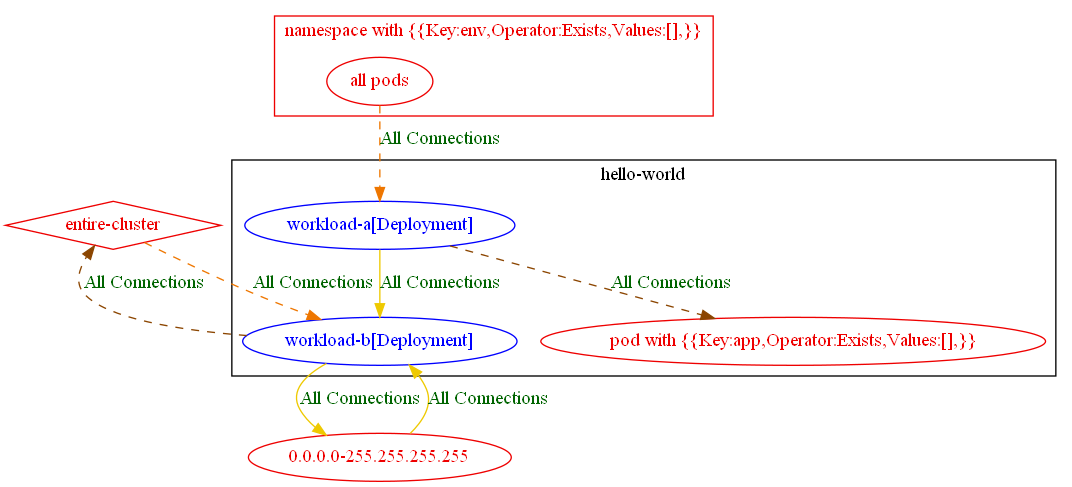
np-guard/netpol-analyzer keeps this Graphviz diagram as test_outputs/connlist/exposure_test_exposure_with_match_expression_exists_op_connlist_output.dot.png. Above is the earlier version. Its source is kept beside it as test_outputs/connlist/exposure_test_exposure_with_match_expression_exists_op_connlist_output.dot.
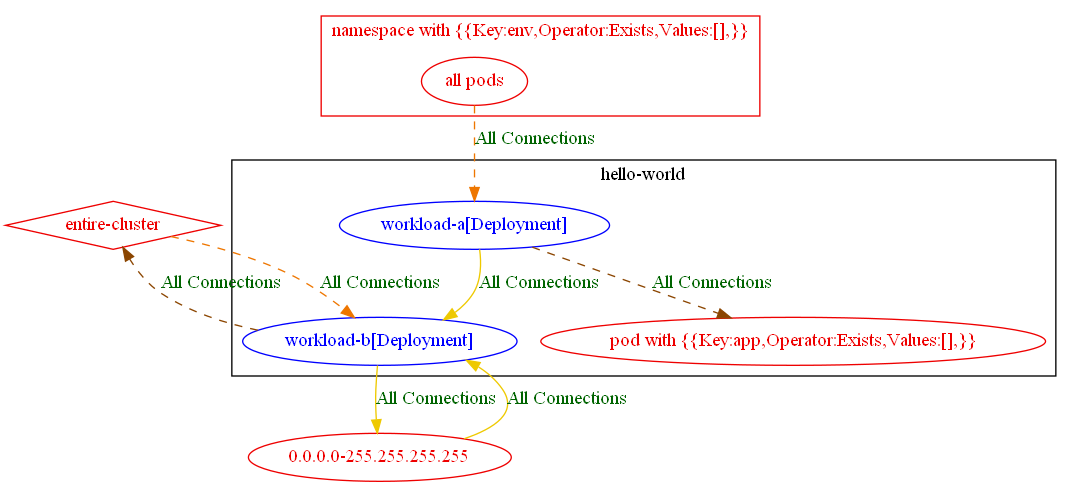
Later version of the same file.

The edit, as a diff of the source:
```diff
@@ -15,11 +15,11 @@
 	}
 	"0.0.0.0-255.255.255.255" [label="0.0.0.0-255.255.255.255" color="red2" fontcolor="red2"]
 	"entire-cluster" [label="entire-cluster" color="red2" fontcolor="red2" shape=diamond]
-	"0.0.0.0-255.255.255.255" -> "hello-world/workload-b[Deployment]" [label="All Connections" color="gold2" fontcolor="darkgreen"]
+	"0.0.0.0-255.255.255.255" -> "hello-world/workload-b[Deployment]" [label="All Connections" color="gold2" fontcolor="darkgreen" weight=0.5]
 	"all pods_in_namespace with {{Key:env,Operator:Exists,Values:[],}}" -> "hello-world/workload-a[Deployment]" [label="All Connections" color="darkorange2" fontcolor="darkgreen" weight=1 style=dashed]
 	"entire-cluster" -> "hello-world/workload-b[Deployment]" [label="All Connections" color="darkorange2" fontcolor="darkgreen" weight=1 style=dashed]
-	"hello-world/workload-a[Deployment]" -> "hello-world/workload-b[Deployment]" [label="All Connections" color="gold2" fontcolor="darkgreen"]
+	"hello-world/workload-a[Deployment]" -> "hello-world/workload-b[Deployment]" [label="All Connections" color="gold2" fontcolor="darkgreen" weight=0.5]
 	"hello-world/workload-a[Deployment]" -> "pod with {{Key:app,Operator:Exists,Values:[],}}_in_hello-world" [label="All Connections" color="darkorange4" fontcolor="darkgreen" weight=0.5 style=dashed]
-	"hello-world/workload-b[Deployment]" -> "0.0.0.0-255.255.255.255" [label="All Connections" color="gold2" fontcolor="darkgreen"]
+	"hello-world/workload-b[Deployment]" -> "0.0.0.0-255.255.255.255" [label="All Connections" color="gold2" fontcolor="darkgreen" weight=1]
 	"hello-world/workload-b[Deployment]" -> "entire-cluster" [label="All Connections" color="darkorange4" fontcolor="darkgreen" weight=0.5 style=dashed]
 }
```
